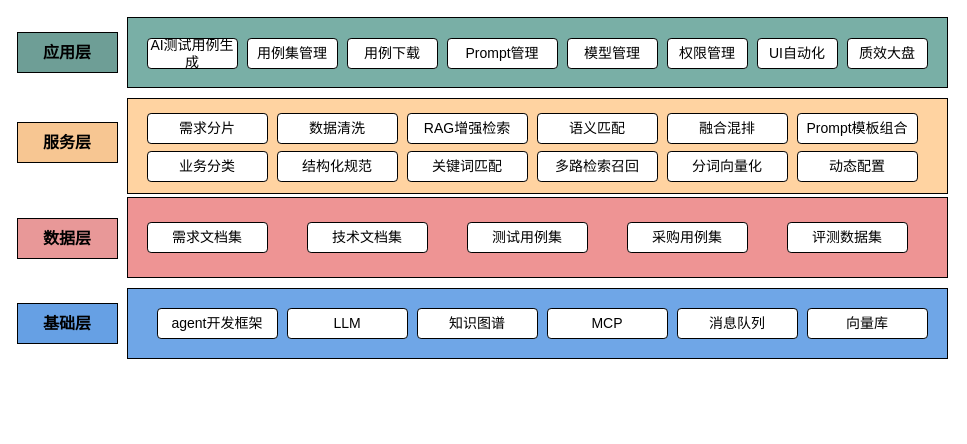
Above: 好未来/AI用例/架构图.drawio in dongjinmin-710/my-darwio (draw.io), before the change. Source tidied: cells renumbered, new cells numbered last; positions are measured from the earlier drawing's top-left corner, leaving out a move shared by most shapes. Both pictures are drawn from the tidied source at 100%, with x=0, y=0 at pixel (17, 17).
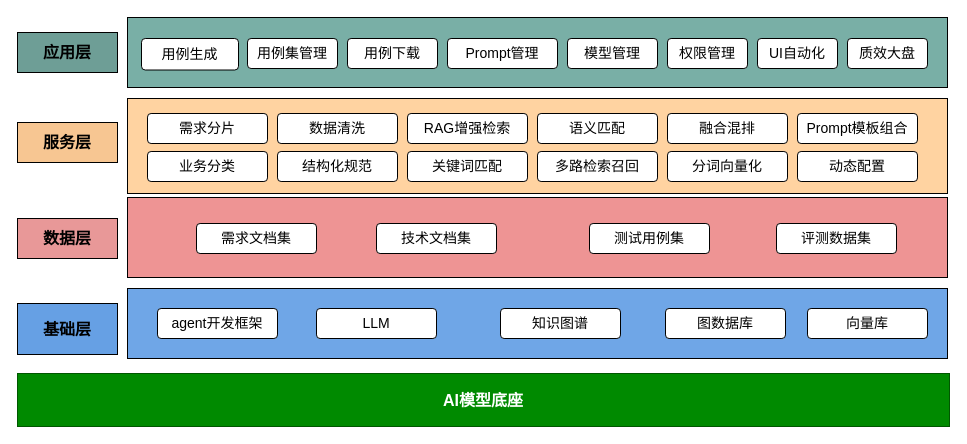
The same diagram, later.

Commit message:
更新架构图.drawio

The edit, as a diff of the source:
```diff
@@
     <mxCell id="9" value="基础层" style="rounded=0;whiteSpace=wrap;html=1;fillColor=#66A0E4;strokeColor=#000000;fontSize=16;fontStyle=1;" parent="1" vertex="1">
-      <mxGeometry y="286" width="100" height="40" as="geometry" />
+      <mxGeometry y="286" width="100" height="51" as="geometry" />
     </mxCell>
-    <mxCell id="10" value="AI测试用例生成" style="rounded=1;arcSize=12;whiteSpace=wrap;html=1;fillColor=#FFFFFF;strokeColor=#000000;fontSize=14;" parent="1" vertex="1">
-      <mxGeometry x="130" y="21" width="90" height="30" as="geometry" />
+    <mxCell id="10" value="用例生成" style="rounded=1;arcSize=12;whiteSpace=wrap;html=1;fillColor=#FFFFFF;strokeColor=#000000;fontSize=14;" parent="1" vertex="1">
+      <mxGeometry x="124" y="21" width="97" height="31.5" as="geometry" />
     </mxCell>
@@
     <mxCell id="30" value="需求文档集" style="rounded=1;arcSize=12;whiteSpace=wrap;html=1;fillColor=#FFFFFF;strokeColor=#000000;fontSize=14;" parent="1" vertex="1">
-      <mxGeometry x="130" y="205" width="120" height="30" as="geometry" />
+      <mxGeometry x="179" y="206" width="120" height="30" as="geometry" />
     </mxCell>
     <mxCell id="31" value="技术文档集" style="rounded=1;arcSize=12;whiteSpace=wrap;html=1;fillColor=#FFFFFF;strokeColor=#000000;fontSize=14;" parent="1" vertex="1">
-      <mxGeometry x="290" y="205" width="120" height="30" as="geometry" />
+      <mxGeometry x="359" y="206" width="120" height="30" as="geometry" />
     </mxCell>
     <mxCell id="32" value="测试用例集" style="rounded=1;arcSize=12;whiteSpace=wrap;html=1;fillColor=#FFFFFF;strokeColor=#000000;fontSize=14;" parent="1" vertex="1">
-      <mxGeometry x="450" y="205" width="120" height="30" as="geometry" />
+      <mxGeometry x="572" y="206" width="120" height="30" as="geometry" />
     </mxCell>
-    <mxCell id="33" value="采购用例集" style="rounded=1;arcSize=12;whiteSpace=wrap;html=1;fillColor=#FFFFFF;strokeColor=#000000;fontSize=14;" parent="1" vertex="1">
-      <mxGeometry x="610" y="205" width="120" height="30" as="geometry" />
-    </mxCell>
     <mxCell id="34" value="评测数据集" style="rounded=1;arcSize=12;whiteSpace=wrap;html=1;fillColor=#FFFFFF;strokeColor=#000000;fontSize=14;" parent="1" vertex="1">
-      <mxGeometry x="770" y="205" width="120" height="30" as="geometry" />
+      <mxGeometry x="759" y="206" width="120" height="30" as="geometry" />
     </mxCell>
@@
     <mxCell id="36" value="LLM" style="rounded=1;arcSize=12;whiteSpace=wrap;html=1;fillColor=#FFFFFF;strokeColor=#000000;fontSize=14;" parent="1" vertex="1">
-      <mxGeometry x="270" y="291" width="120" height="30" as="geometry" />
+      <mxGeometry x="299" y="291" width="120" height="30" as="geometry" />
     </mxCell>
     <mxCell id="37" value="知识图谱" style="rounded=1;arcSize=12;whiteSpace=wrap;html=1;fillColor=#FFFFFF;strokeColor=#000000;fontSize=14;" parent="1" vertex="1">
-      <mxGeometry x="400" y="291" width="120" height="30" as="geometry" />
+      <mxGeometry x="483" y="291" width="120" height="30" as="geometry" />
     </mxCell>
-    <mxCell id="38" value="MCP" style="rounded=1;arcSize=12;whiteSpace=wrap;html=1;fillColor=#FFFFFF;strokeColor=#000000;fontSize=14;" parent="1" vertex="1">
-      <mxGeometry x="530" y="291" width="120" height="30" as="geometry" />
-    </mxCell>
-    <mxCell id="39" value="消息队列" style="rounded=1;arcSize=12;whiteSpace=wrap;html=1;fillColor=#FFFFFF;strokeColor=#000000;fontSize=14;" parent="1" vertex="1">
-      <mxGeometry x="660" y="291" width="120" height="30" as="geometry" />
-    </mxCell>
@@
+    <mxCell id="41" value="AI模型底座" style="rounded=0;whiteSpace=wrap;html=1;fillColor=#008a00;strokeColor=#005700;fontSize=16;fontStyle=1;fontColor=#ffffff;" parent="1" vertex="1">
+      <mxGeometry y="356" width="932" height="53" as="geometry" />
+    </mxCell>
+    <mxCell id="42" value="图数据库" style="rounded=1;arcSize=12;whiteSpace=wrap;html=1;fillColor=#FFFFFF;strokeColor=#000000;fontSize=14;" parent="1" vertex="1">
+      <mxGeometry x="648" y="291" width="120" height="30" as="geometry" />
+    </mxCell>
```
